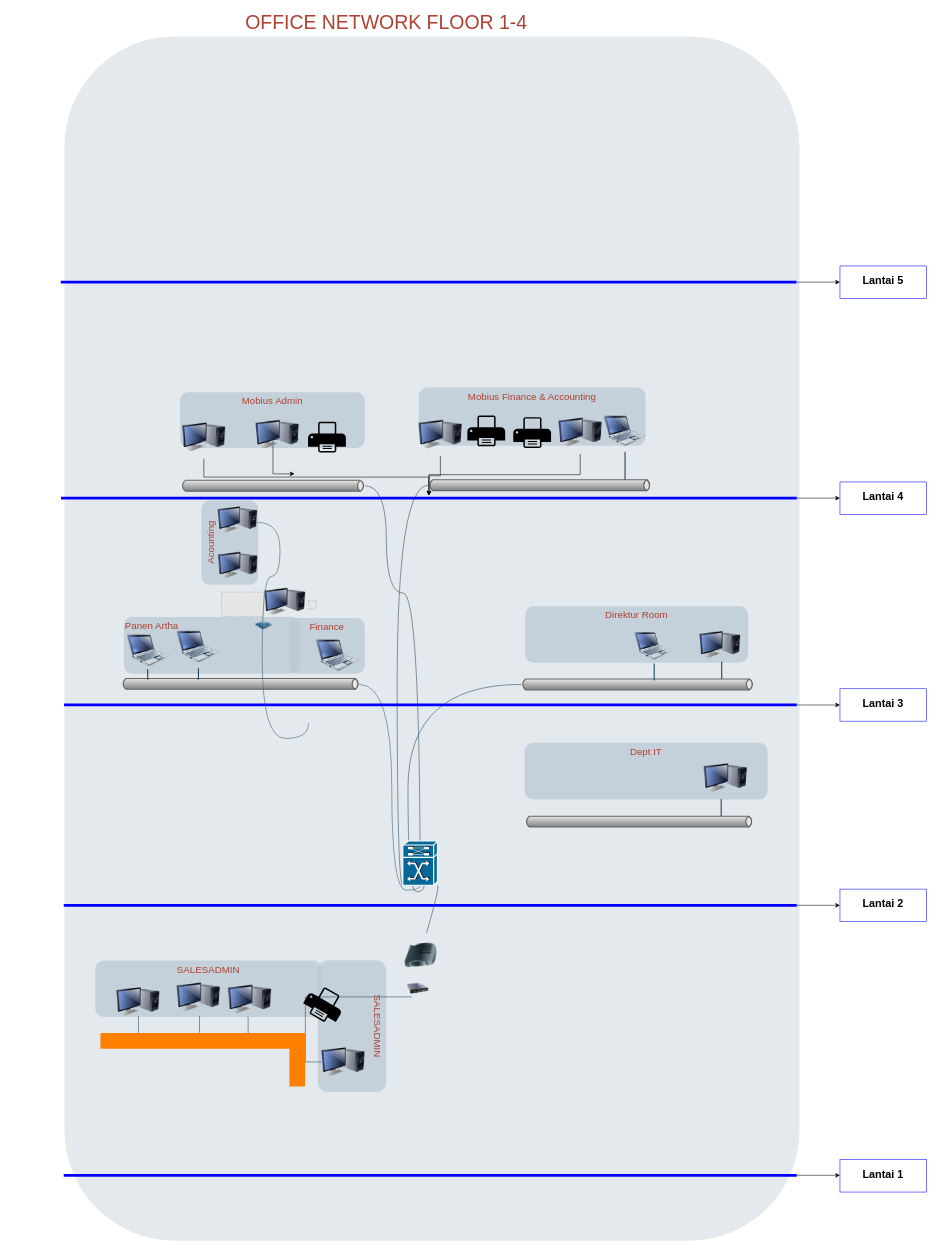
The draw.io diagram Topologi jaringan Office.drawio in dheonz/olampp, before the edit. Source tidied: cells renumbered, new cells numbered last; positions are measured from the earlier drawing's top-left corner, leaving out a move shared by most shapes. Both pictures are drawn from the tidied source at 54%, with x=0, y=0 at pixel (14, 9). Pictures stored in the file or linked from it are replaced by grey dashed boxes.
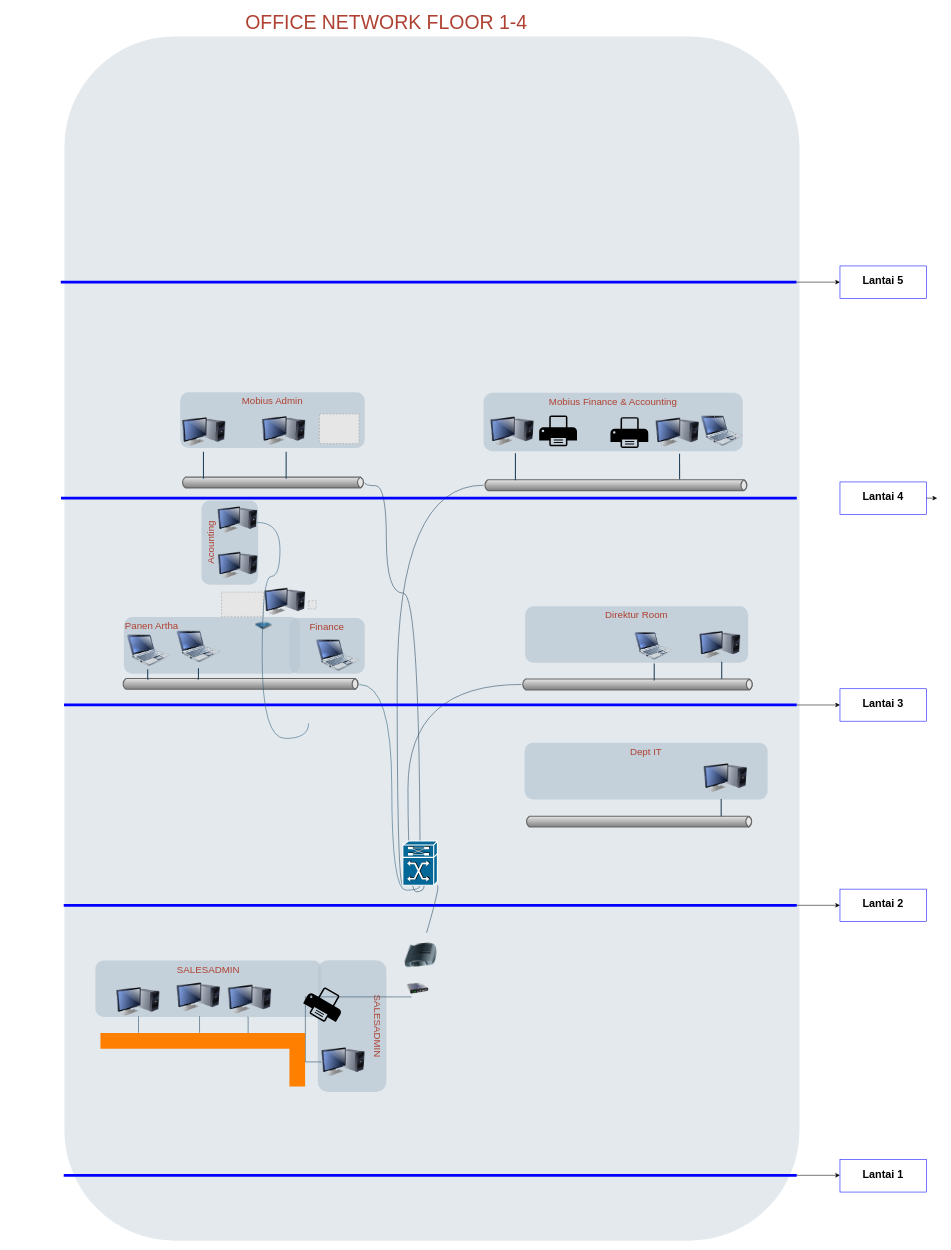
After the change.

Unchanged cells that the change refers to:
```xml
<mxCell id="48" style="line;strokeWidth=5;html=1;strokeColor=#0000FF;" parent="1" vertex="1">
  <mxGeometry x="87.5" y="900" width="1362.5" height="10" as="geometry" />
</mxCell>
<mxCell id="58" value="&lt;font style=&quot;font-size: 20px;&quot;&gt;&lt;b&gt;Lantai 4&lt;/b&gt;&lt;/font&gt;" style="whiteSpace=wrap;html=1;verticalAlign=top;strokeColor=#0000FF;strokeWidth=1;labelBackgroundColor=default;spacingTop=8;" parent="1" vertex="1">
  <mxGeometry x="1530" y="875" width="160" height="60" as="geometry" />
</mxCell>
```

Change to the diagram source:
```diff
@@
+    <mxCell id="85" style="edgeStyle=elbowEdgeStyle;strokeWidth=2;rounded=0;endArrow=none;startArrow=none;startSize=10;endSize=10;dashed=0;html=1;strokeColor=#23445D;fontSize=18;fontColor=#F08705;startFill=0;endFill=0;fontStyle=0;entryX=0;entryY=0;entryDx=280;entryDy=0;entryPerimeter=0;" parent="1" edge="1">
+      <mxGeometry relative="1" as="geometry">
+        <mxPoint x="1232.9" y="823" as="sourcePoint" />
+        <mxPoint x="1233" y="871" as="targetPoint" />
+      </mxGeometry>
+    </mxCell>
@@
     <mxCell id="11" value="&lt;span style=&quot;line-height: 17.1818180084229px&quot;&gt;Mobius Finance &amp;amp; Accounting&lt;/span&gt;" style="rounded=1;whiteSpace=wrap;html=1;shadow=0;strokeColor=none;fillColor=#BAC8D3;gradientColor=none;fontSize=18;fontColor=#AE4132;verticalAlign=top;opacity=70;fontStyle=0;strokeWidth=3;" parent="1" vertex="1">
-      <mxGeometry x="750" y="700" width="420" height="108" as="geometry" />
+      <mxGeometry x="870" y="710" width="480" height="108" as="geometry" />
     </mxCell>
     <mxCell id="12" style="strokeWidth=2;strokeColor=#666666;dashed=0;align=center;html=1;fontSize=8;shape=mxgraph.eip.messageChannel;shadow=0;fillColor=#FFFFFF;gradientColor=none;fontColor=#F08705;fontStyle=0;" parent="1" vertex="1">
-      <mxGeometry x="310" y="872" width="340" height="20" as="geometry" />
+      <mxGeometry x="310" y="866" width="340" height="20" as="geometry" />
     </mxCell>
-    <mxCell id="13" style="edgeStyle=orthogonalEdgeStyle;rounded=0;jettySize=auto;html=1;" parent="1" edge="1" source="14" target="48">
-      <mxGeometry relative="1" as="geometry" />
-    </mxCell>
     <mxCell id="14" style="image;html=1;image=img/lib/clip_art/computers/Monitor_Tower_128x128.png;shadow=0;strokeColor=#000000;fillColor=#FFFFFF;gradientColor=none;fontSize=18;fontColor=#F08705;fontStyle=0;" parent="1" vertex="1">
-      <mxGeometry x="312" y="752" width="80" height="80" as="geometry" />
+      <mxGeometry x="312" y="742" width="80" height="80" as="geometry" />
     </mxCell>
     <mxCell id="15" style="image;html=1;image=img/lib/clip_art/computers/Netbook_128x128.png;shadow=0;strokeColor=#000000;fillColor=#FFFFFF;gradientColor=none;fontSize=18;fontColor=#F08705;fontStyle=0;" parent="1" vertex="1">
-      <mxGeometry x="1093" y="742" width="77" height="77" as="geometry" />
+      <mxGeometry x="1273" y="742" width="77" height="77" as="geometry" />
     </mxCell>
@@
     <mxCell id="18" style="strokeWidth=2;strokeColor=#666666;dashed=0;align=center;html=1;fontSize=8;shape=mxgraph.eip.messageChannel;shadow=0;fillColor=#FFFFFF;gradientColor=none;fontColor=#F08705;fontStyle=0;" parent="1" vertex="1">
-      <mxGeometry x="768" y="871" width="412" height="20" as="geometry" />
+      <mxGeometry x="870" y="871" width="490" height="20" as="geometry" />
     </mxCell>
@@
-    <mxCell id="21" style="edgeStyle=elbowEdgeStyle;strokeWidth=2;rounded=0;endArrow=none;startArrow=none;startSize=10;endSize=10;dashed=0;html=1;strokeColor=#23445D;fontSize=18;fontColor=#F08705;startFill=0;endFill=0;fontStyle=0;" parent="1" edge="1" source="15" target="18">
-      <mxGeometry relative="1" as="geometry" />
-    </mxCell>
@@
     <mxCell id="30" style="edgeStyle=orthogonalEdgeStyle;rounded=0;jumpStyle=none;html=1;exitX=0.75;exitY=0;entryX=0.75;entryY=0;shadow=0;labelBackgroundColor=none;startArrow=none;startFill=0;endArrow=classic;endFill=1;endSize=6;jettySize=auto;orthogonalLoop=1;strokeColor=#23445D;strokeWidth=2;fillColor=#F08705;fontFamily=Helvetica;fontSize=14;fontColor=#FFFFFF;align=left;fontStyle=0;" parent="1" edge="1">
       <mxGeometry relative="1" as="geometry">
-        <mxPoint x="830" y="739" as="sourcePoint" />
-        <mxPoint x="830" y="739" as="targetPoint" />
+        <mxPoint x="1010" y="739" as="sourcePoint" />
+        <mxPoint x="1010" y="739" as="targetPoint" />
       </mxGeometry>
     </mxCell>
@@
-    <mxCell id="47" style="edgeStyle=orthogonalEdgeStyle;rounded=0;jettySize=auto;html=1;fontSize=20;" parent="1" edge="1" source="48" target="58">
-      <mxGeometry relative="1" as="geometry" />
+    <mxCell id="47" style="edgeStyle=orthogonalEdgeStyle;rounded=0;orthogonalLoop=1;jettySize=auto;html=1;fontSize=20;" parent="1" edge="1">
+      <mxGeometry relative="1" as="geometry">
+        <mxPoint x="1630" y="905" as="sourcePoint" />
+        <mxPoint x="1710" y="905" as="targetPoint" />
+      </mxGeometry>
     </mxCell>
@@
-    <mxCell id="59" style="edgeStyle=orthogonalEdgeStyle;rounded=0;jettySize=auto;html=1;exitX=0.999;exitY=0.616;exitDx=0;exitDy=0;exitPerimeter=0;" parent="1" edge="1" source="60">
-      <mxGeometry relative="1" as="geometry">
-        <mxPoint x="520" y="860" as="targetPoint" />
-        <Array as="points">
-          <mxPoint x="480" y="796" />
-          <mxPoint x="480" y="860" />
-        </Array>
-      </mxGeometry>
-    </mxCell>
     <mxCell id="60" style="image;html=1;image=img/lib/clip_art/computers/Monitor_Tower_128x128.png;shadow=0;strokeColor=#000000;fillColor=#FFFFFF;gradientColor=none;fontSize=18;fontColor=#F08705;fontStyle=0;" parent="1" vertex="1">
-      <mxGeometry x="448" y="747" width="80" height="80" as="geometry" />
+      <mxGeometry x="460" y="740" width="80" height="80" as="geometry" />
     </mxCell>
-    <mxCell id="61" style="edgeStyle=orthogonalEdgeStyle;rounded=0;jettySize=auto;html=1;" parent="1" edge="1" source="62" target="48">
-      <mxGeometry relative="1" as="geometry" />
-    </mxCell>
     <mxCell id="62" style="image;html=1;image=img/lib/clip_art/computers/Monitor_Tower_128x128.png;shadow=0;strokeColor=#000000;fillColor=#FFFFFF;gradientColor=none;fontSize=18;fontColor=#F08705;fontStyle=0;" parent="1" vertex="1">
-      <mxGeometry x="750" y="747" width="80" height="80" as="geometry" />
+      <mxGeometry x="883" y="741" width="80" height="80" as="geometry" />
     </mxCell>
-    <mxCell id="63" style="edgeStyle=orthogonalEdgeStyle;rounded=0;jettySize=auto;html=1;" parent="1" edge="1" source="64" target="48">
-      <mxGeometry relative="1" as="geometry" />
-    </mxCell>
     <mxCell id="64" style="image;html=1;image=img/lib/clip_art/computers/Monitor_Tower_128x128.png;shadow=0;strokeColor=#000000;fillColor=#FFFFFF;gradientColor=none;fontSize=18;fontColor=#F08705;fontStyle=0;" parent="1" vertex="1">
-      <mxGeometry x="1009" y="743" width="80" height="80" as="geometry" />
+      <mxGeometry x="1189" y="743" width="80" height="80" as="geometry" />
     </mxCell>
-    <mxCell id="65" style="sketch=0;shadow=0;dashed=0;html=1;strokeColor=none;fillColor=#000000;labelPosition=center;verticalLabelPosition=bottom;verticalAlign=top;align=center;shape=mxgraph.office.devices.printer;strokeWidth=19;" parent="1" vertex="1">
-      <mxGeometry x="545" y="763.5" width="70" height="57" as="geometry" />
-    </mxCell>
     <mxCell id="66" style="sketch=0;shadow=0;dashed=0;html=1;strokeColor=none;fillColor=#000000;labelPosition=center;verticalLabelPosition=bottom;verticalAlign=top;align=center;shape=mxgraph.office.devices.printer;strokeWidth=19;" parent="1" vertex="1">
-      <mxGeometry x="925" y="755" width="70" height="57" as="geometry" />
+      <mxGeometry x="1105" y="755" width="70" height="57" as="geometry" />
     </mxCell>
     <mxCell id="67" style="sketch=0;shadow=0;dashed=0;html=1;strokeColor=none;fillColor=#000000;labelPosition=center;verticalLabelPosition=bottom;verticalAlign=top;align=center;shape=mxgraph.office.devices.printer;strokeWidth=19;" parent="1" vertex="1">
-      <mxGeometry x="840" y="752" width="70" height="57" as="geometry" />
+      <mxGeometry x="973" y="752" width="70" height="57" as="geometry" />
     </mxCell>
@@
+    <mxCell id="86" style="edgeStyle=elbowEdgeStyle;strokeWidth=2;rounded=0;endArrow=none;startArrow=none;startSize=10;endSize=10;dashed=0;html=1;strokeColor=#23445D;fontSize=18;fontColor=#F08705;startFill=0;endFill=0;fontStyle=0;" parent="1" edge="1">
+      <mxGeometry relative="1" as="geometry">
+        <mxPoint x="929" y="822" as="sourcePoint" />
+        <mxPoint x="929" y="872" as="targetPoint" />
+        <Array as="points">
+          <mxPoint x="929" y="825" />
+        </Array>
+      </mxGeometry>
+    </mxCell>
+    <mxCell id="87" style="fillColor=#E6E6E6;strokeColor=#999999;dashed=1;verticalLabelPosition=bottom;labelBackgroundColor=default;verticalAlign=top;" parent="1" vertex="1">
+      <mxGeometry x="566.1" y="749" width="73.2" height="55" as="geometry" />
+    </mxCell>
+    <mxCell id="88" style="edgeStyle=elbowEdgeStyle;strokeWidth=2;rounded=0;endArrow=none;startArrow=none;startSize=10;endSize=10;dashed=0;html=1;strokeColor=#23445D;fontSize=18;fontColor=#F08705;startFill=0;endFill=0;fontStyle=0;" parent="1" edge="1">
+      <mxGeometry relative="1" as="geometry">
+        <mxPoint x="504.4" y="819" as="sourcePoint" />
+        <mxPoint x="504.4" y="869" as="targetPoint" />
+        <Array as="points">
+          <mxPoint x="504.4" y="822" />
+        </Array>
+      </mxGeometry>
+    </mxCell>
+    <mxCell id="89" style="edgeStyle=elbowEdgeStyle;strokeWidth=2;rounded=0;endArrow=none;startArrow=none;startSize=10;endSize=10;dashed=0;html=1;strokeColor=#23445D;fontSize=18;fontColor=#F08705;startFill=0;endFill=0;fontStyle=0;" parent="1" edge="1">
+      <mxGeometry relative="1" as="geometry">
+        <mxPoint x="351.3" y="819" as="sourcePoint" />
+        <mxPoint x="351.3" y="869" as="targetPoint" />
+        <Array as="points">
+          <mxPoint x="351.3" y="822" />
+        </Array>
+      </mxGeometry>
+    </mxCell>
```
